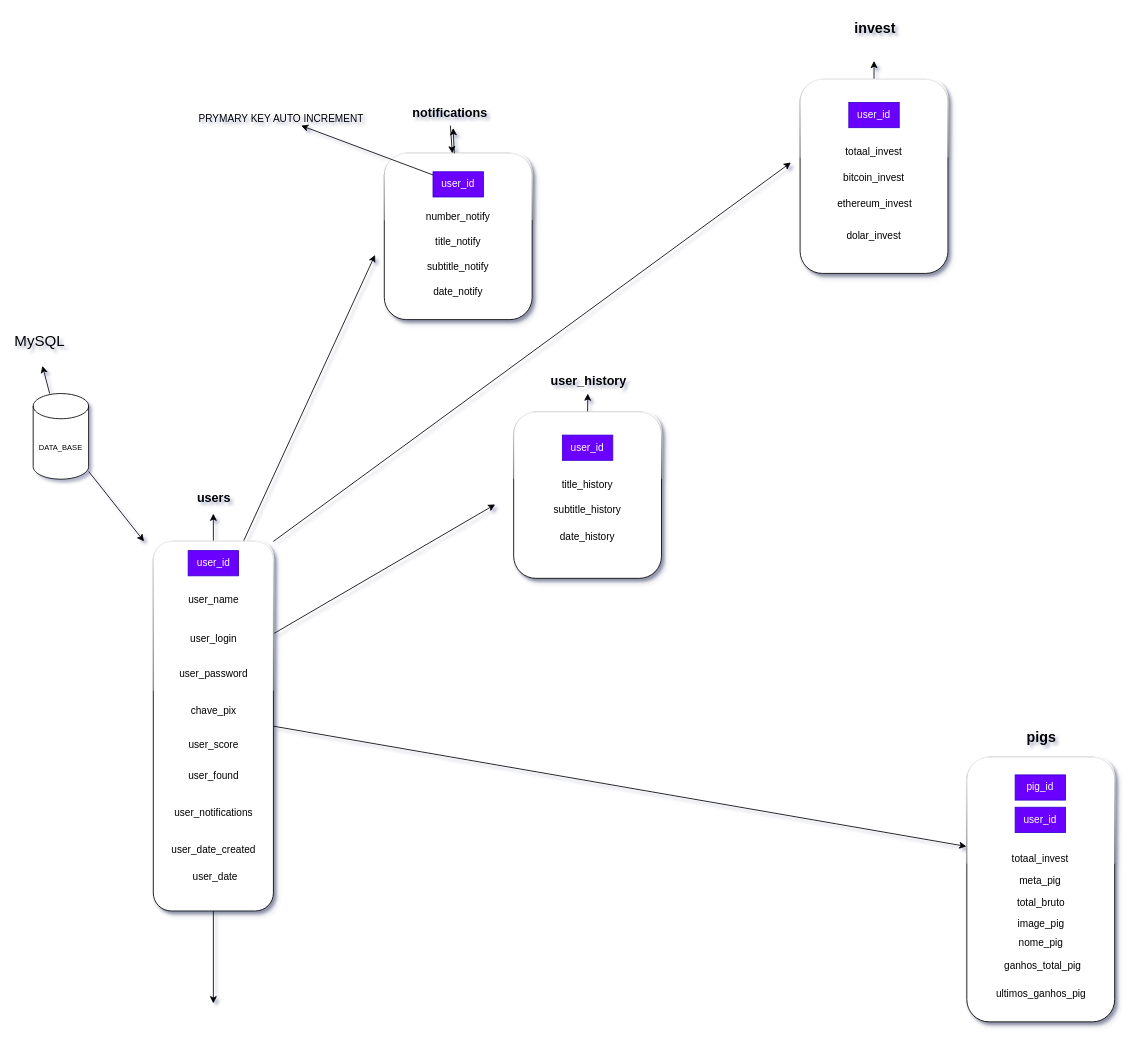
GabigolDEVPY/Simulador-banco keeps this draw.io diagram as data-base.drawio. Above is the earlier version. Source tidied: cells renumbered, new cells numbered last; positions are measured from the earlier drawing's top-left corner, leaving out a move shared by most shapes. Both pictures are drawn from the tidied source at 84%, with x=0, y=0 at pixel (14, 14).
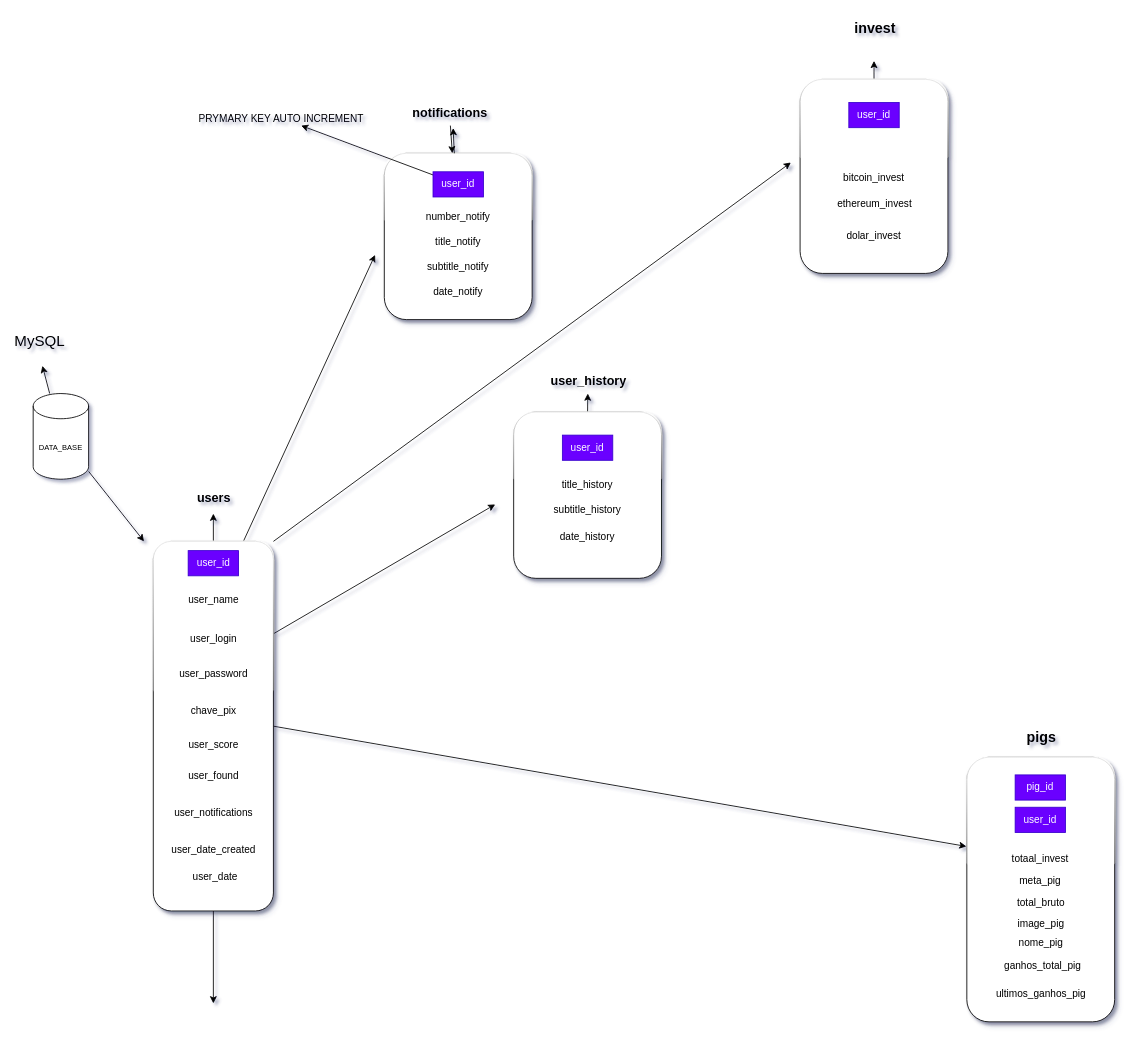
Above is the later version.

Change to the diagram source:
```diff
@@
-    <mxCell id="44" value="totaal_invest" style="text;html=1;align=center;verticalAlign=middle;whiteSpace=wrap;rounded=0;" parent="1" vertex="1">
-      <mxGeometry x="993" y="148.5" width="60" height="30" as="geometry" />
-    </mxCell>
```
